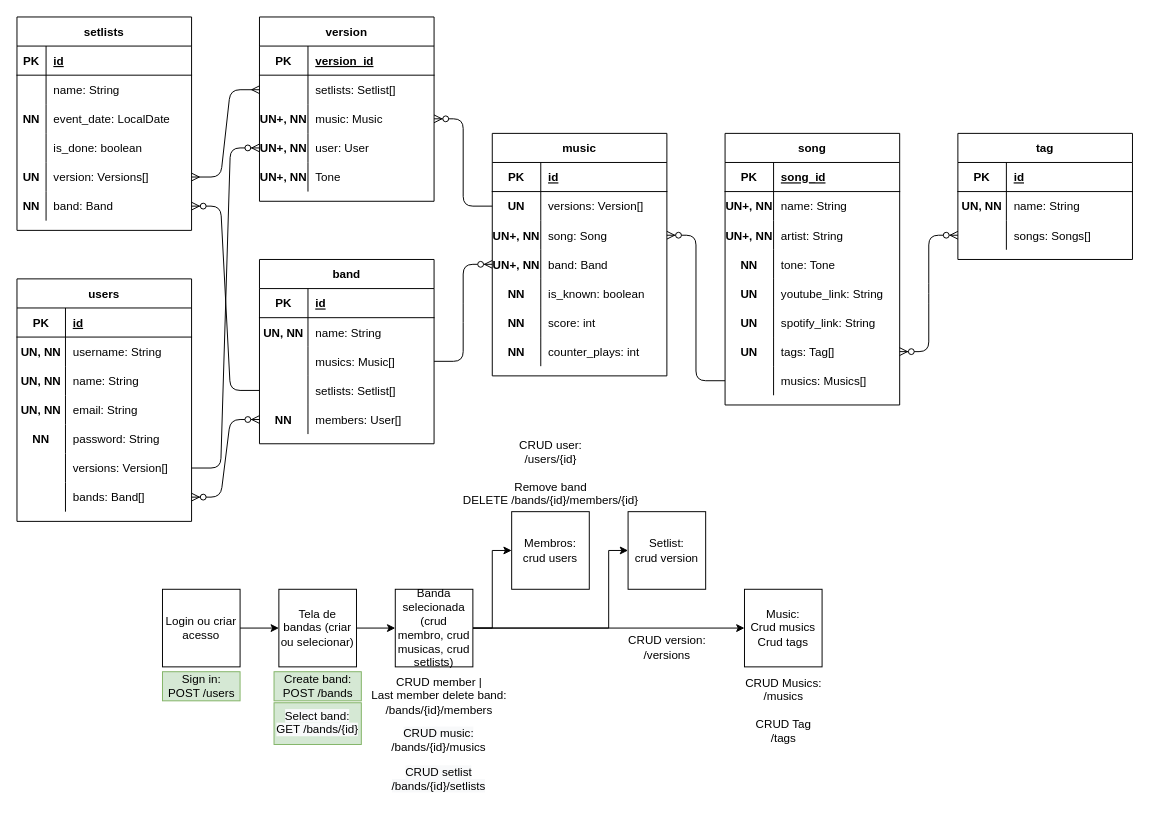
This is design/diagram.drawio from igormateus/repertapp-api, a draw.io file, before an edit. Source tidied: cells renumbered, new cells numbered last; positions are measured from the earlier drawing's top-left corner, leaving out a move shared by most shapes. Both pictures are drawn from the tidied source at 97%, with x=0, y=0 at pixel (16, 16).
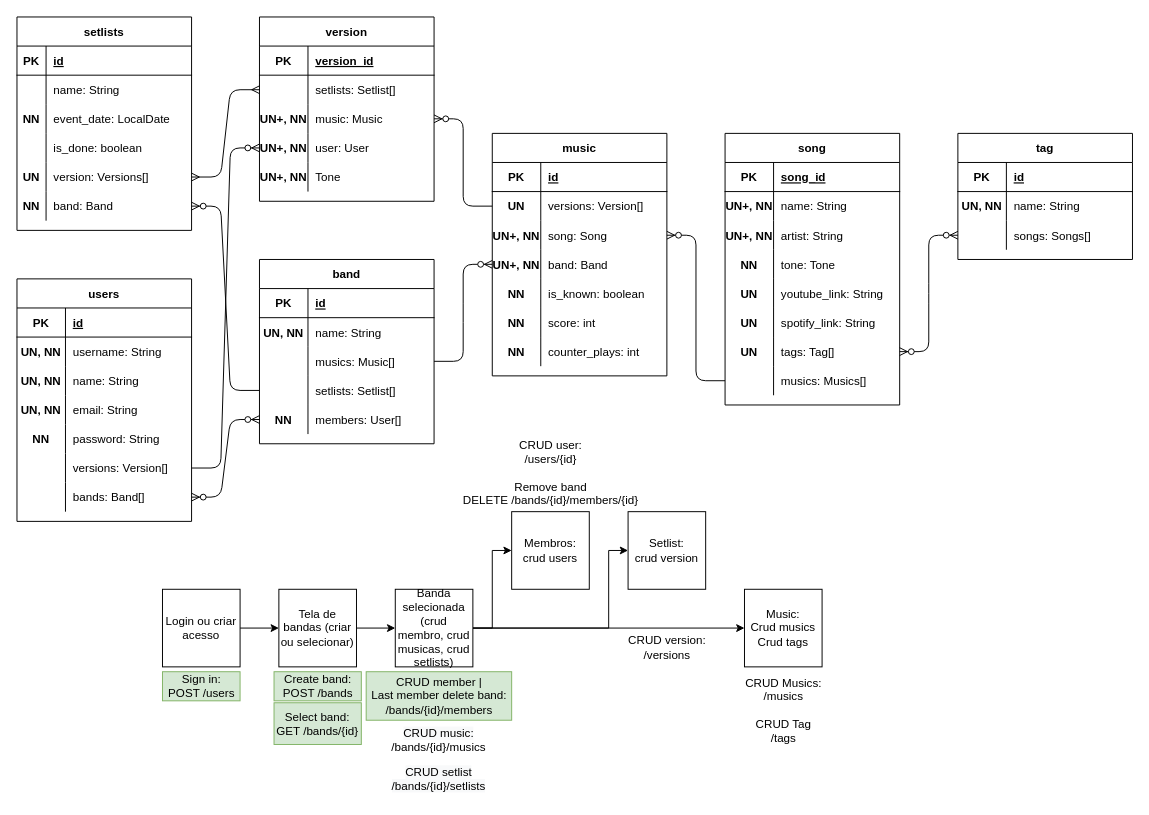
After the change.

Commit message (it also covers changes not shown here):
Band Controller and Service Ok

The edit, as a diff of the source:
```diff
@@
-    <mxCell id="153" value="CRUD member |&lt;br&gt;Last member delete band:&lt;br&gt;/bands/{id}/members" style="text;html=1;align=center;verticalAlign=middle;strokeColor=none;fillColor=none;" parent="1" vertex="1">
+    <mxCell id="153" value="CRUD member |&lt;br&gt;Last member delete band:&lt;br&gt;/bands/{id}/members" style="text;html=1;align=center;verticalAlign=middle;strokeColor=#82b366;fillColor=#d5e8d4;" parent="1" vertex="1">
       <mxGeometry x="360" y="675" width="150" height="50" as="geometry" />
     </mxCell>
@@
-    <mxCell id="157" value="&lt;span style=&quot;color: rgb(0, 0, 0); font-family: helvetica; font-size: 12px; font-style: normal; font-weight: 400; letter-spacing: normal; text-indent: 0px; text-transform: none; word-spacing: 0px; background-color: rgb(248, 249, 250); display: inline; float: none;&quot;&gt;Select band:&lt;/span&gt;&lt;br style=&quot;color: rgb(0, 0, 0); font-family: helvetica; font-size: 12px; font-style: normal; font-weight: 400; letter-spacing: normal; text-indent: 0px; text-transform: none; word-spacing: 0px; background-color: rgb(248, 249, 250);&quot;&gt;&lt;span style=&quot;color: rgb(0, 0, 0); font-family: helvetica; font-size: 12px; font-style: normal; font-weight: 400; letter-spacing: normal; text-indent: 0px; text-transform: none; word-spacing: 0px; background-color: rgb(248, 249, 250); display: inline; float: none;&quot;&gt;GET /bands/{id}&lt;/span&gt;" style="text;whiteSpace=wrap;html=1;align=center;fillColor=#d5e8d4;strokeColor=#82b366;" parent="1" vertex="1">
+    <mxCell id="157" value="Select band:&#10;GET /bands/{id}" style="text;whiteSpace=wrap;align=center;fillColor=#d5e8d4;strokeColor=#82b366;verticalAlign=middle;" parent="1" vertex="1">
       <mxGeometry x="265" y="707" width="90" height="43" as="geometry" />
     </mxCell>
```
